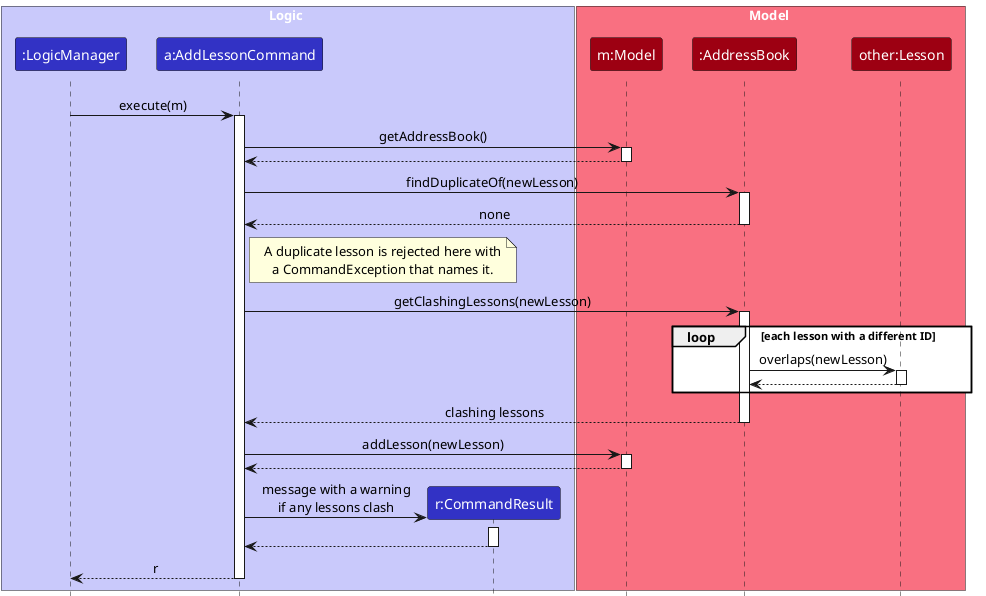
AY2627S1-CS2103T-F13-1/tp keeps this PlantUML diagram as docs/images/AddLessonSequenceDiagram.png. Above is the earlier version.
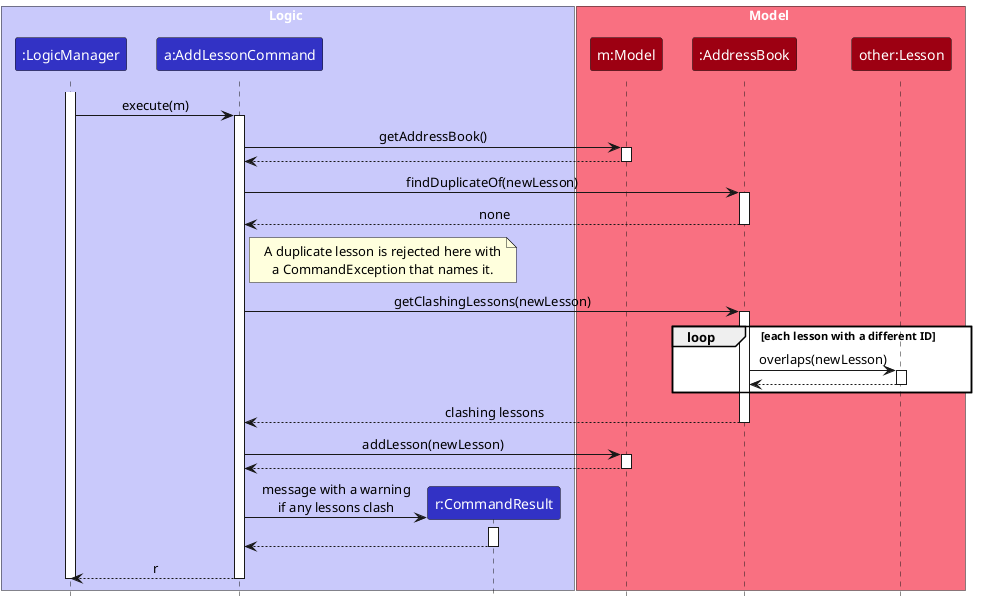
After the commit.

Commit message:
Show LogicManager's activation in the lesson diagrams

Change to the diagram source:
```diff
@@ -14,6 +14,7 @@
 participant "other:Lesson" as Lesson MODEL_COLOR
 end box
 
+activate LogicManager
 LogicManager -> AddLessonCommand : execute(m)
 activate AddLessonCommand
 
@@ -58,4 +59,5 @@
 
 AddLessonCommand --> LogicManager : r
 deactivate AddLessonCommand
+deactivate LogicManager
 @enduml
```
